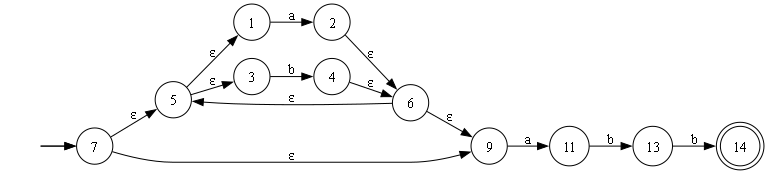
donmatthiuz/Laboratorios_Teoria_Computacion- keeps this Graphviz diagram as automata.gv.png. Above is the earlier version. Its source is kept beside it as automata.gv.
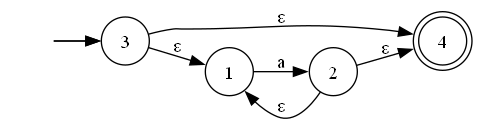
The same file after the commit.

The edit, as a diff of the source:
```diff
@@ -1,23 +1,15 @@
 digraph finite_state_machine {
 	rankdir=LR size="8,5"
 	node [shape=doublecircle]
-	14
+	4
 	node [shape=circle]
 	"" [style=invis]
-	"" -> 7
-	7 -> 5 [label="ε"]
-	6 -> 5 [label="ε"]
-	6 -> 9 [label="ε"]
+	"" -> 3
+	3 -> 1 [label="ε"]
+	2 -> 1 [label="ε"]
+	2 -> 4 [label="ε"]
 	"" [style=invis]
-	"" -> 7
-	7 -> 9 [label="ε"]
-	5 -> 1 [label="ε"]
-	5 -> 3 [label="ε"]
-	2 -> 6 [label="ε"]
-	4 -> 6 [label="ε"]
+	"" -> 3
+	3 -> 4 [label="ε"]
 	1 -> 2 [label=a]
-	3 -> 4 [label=b]
-	9 -> 11 [label=a]
-	11 -> 13 [label=b]
-	13 -> 14 [label=b]
 }
```
